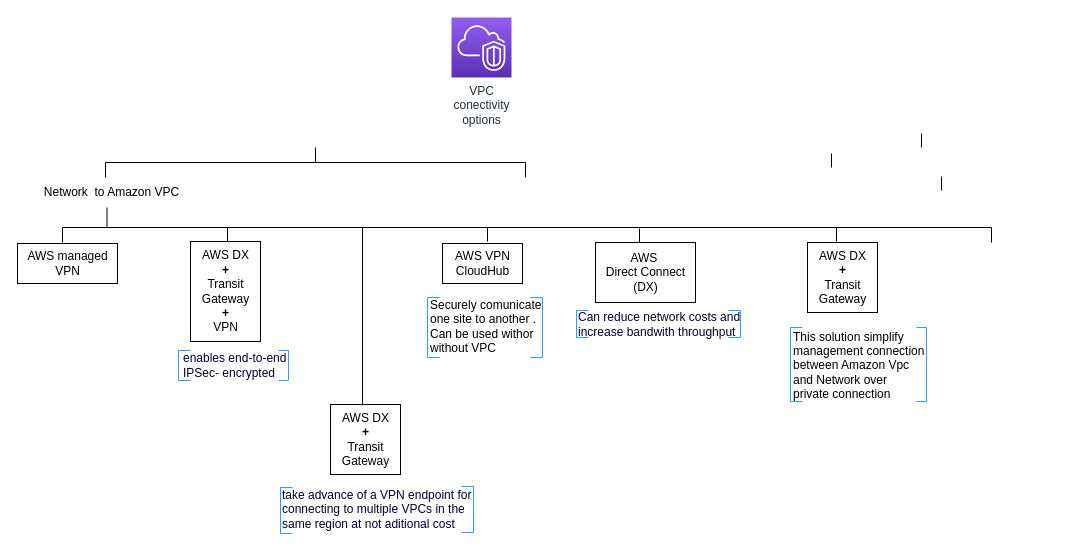
Before: certification/vpc_connectivityoption.drawio in ldipotetjob/AWS, a draw.io diagram. Source tidied: cells renumbered, new cells numbered last; positions are measured from the earlier drawing's top-left corner, leaving out a move shared by most shapes. Both pictures are drawn from the tidied source at 100%, with x=0, y=0 at pixel (17, 17).
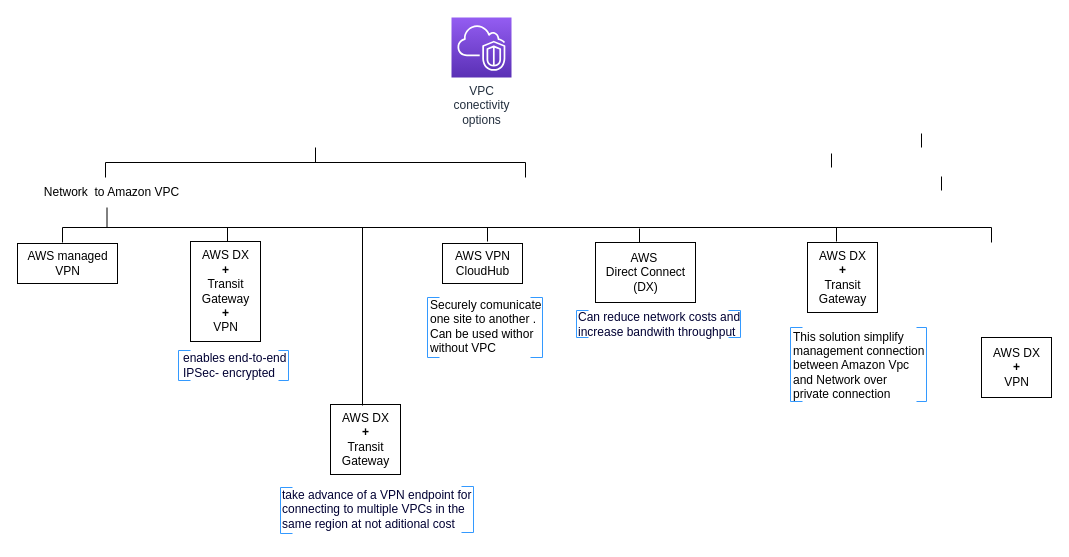
Above is the later version.

Diff of the diagram source:
```diff
@@
+    <mxCell id="36" value="AWS DX&lt;br&gt;&lt;b&gt;+&lt;/b&gt;&lt;br&gt;VPN" style="text;html=1;align=center;verticalAlign=middle;strokeColor=default;fillColor=none;" parent="1" vertex="1">
+      <mxGeometry x="964" y="320" width="70" height="60" as="geometry" />
+    </mxCell>
```
